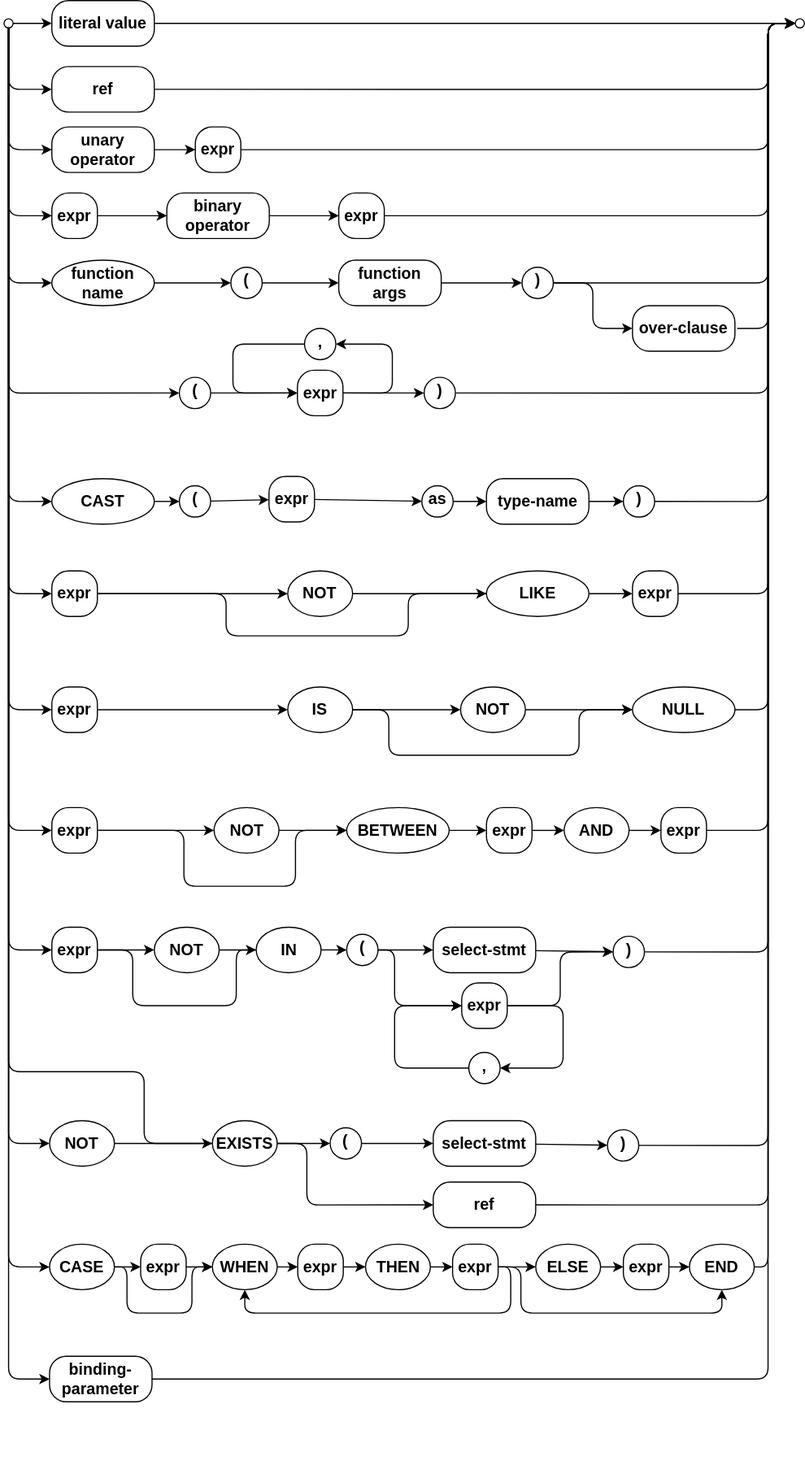
capire/docs keeps this draw.io diagram as assets/cxl/expr.drawio.svg. Above is the earlier version. Source tidied: cells renumbered, new cells last; positions are measured from the earlier drawing's top-left corner, leaving out a move shared by most shapes.
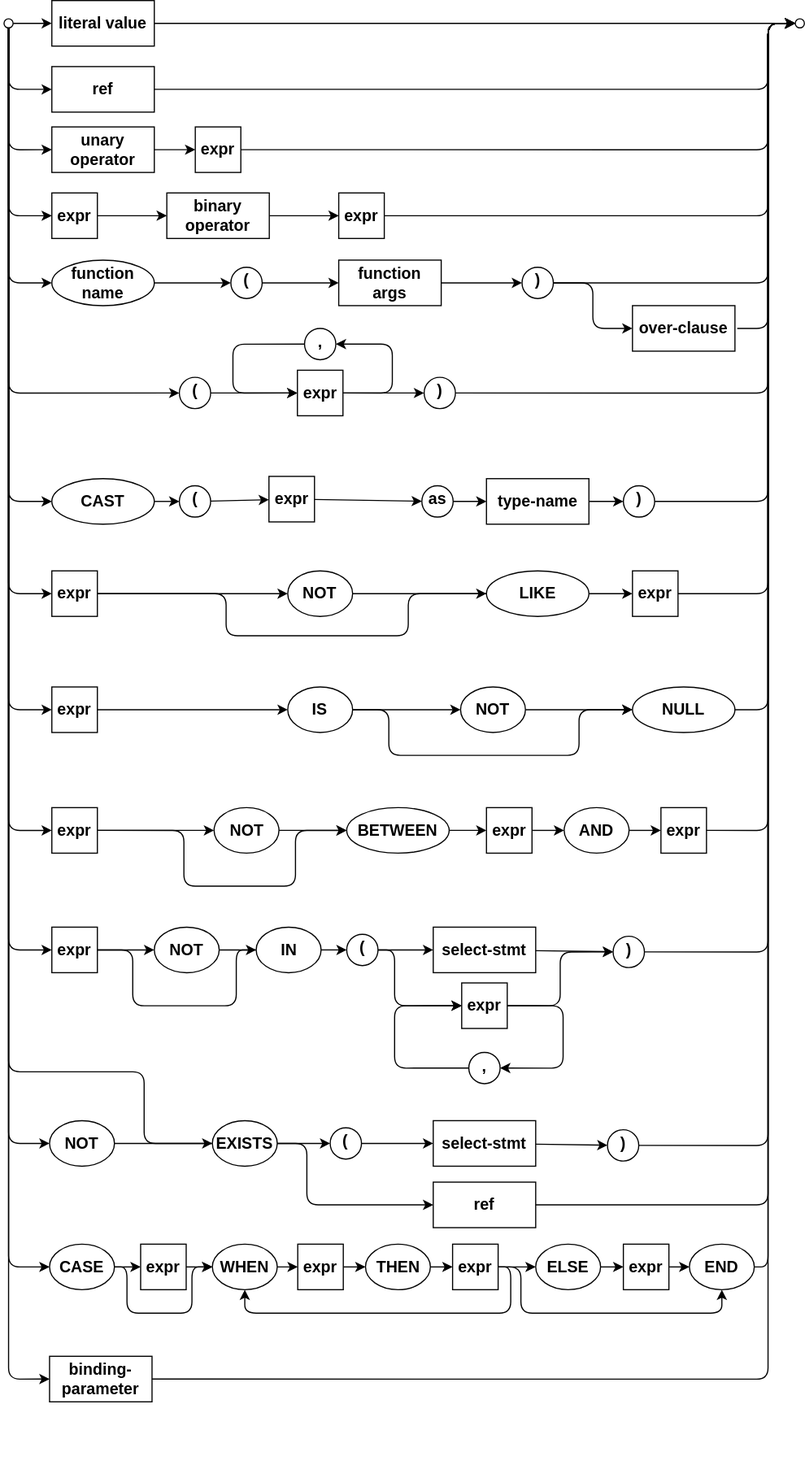
Later version of the same file.

What changed in the source:
```diff
@@ -29,6 +29,6 @@
     </mxCell>
-    <mxCell id="9" value="literal value" style="rounded=1;strokeWidth=1;arcSize=37;textDirection=ltr;verticalAlign=middle;spacing=2;fontSize=14;fontStyle=1;horizontal=1;whiteSpace=wrap;html=1;labelBorderColor=none;textShadow=0;" parent="1" vertex="1">
+    <mxCell id="9" value="literal value" style="rounded=0;strokeWidth=1;arcSize=37;textDirection=ltr;verticalAlign=middle;spacing=2;fontSize=14;fontStyle=1;horizontal=1;whiteSpace=wrap;html=1;labelBorderColor=none;textShadow=0;perimeterSpacing=0;fillStyle=auto;" parent="1" vertex="1">
       <mxGeometry x="42" width="90" height="40" as="geometry" />
     </mxCell>
-    <mxCell id="10" value="ref" style="rounded=1;strokeWidth=1;arcSize=37;textDirection=ltr;verticalAlign=middle;spacing=2;fontSize=14;fontStyle=1;horizontal=1;whiteSpace=wrap;html=1;labelBorderColor=none;textShadow=0;" parent="1" vertex="1">
+    <mxCell id="10" value="ref" style="rounded=0;strokeWidth=1;arcSize=37;textDirection=ltr;verticalAlign=middle;spacing=2;fontSize=14;fontStyle=1;horizontal=1;whiteSpace=wrap;html=1;labelBorderColor=none;textShadow=0;perimeterSpacing=0;fillStyle=auto;" parent="1" vertex="1">
       <mxGeometry x="42" y="58" width="90" height="40" as="geometry" />
@@ -46,3 +46,3 @@
     </mxCell>
-    <mxCell id="13" value="expr" style="rounded=1;strokeWidth=1;arcSize=37;textDirection=ltr;verticalAlign=middle;spacing=2;fontSize=14;fontStyle=1;horizontal=1;whiteSpace=wrap;html=1;labelBorderColor=none;textShadow=0;strokeColor=default;align=center;fontFamily=Helvetica;fontColor=default;fillColor=default;" parent="1" vertex="1">
+    <mxCell id="13" value="expr" style="rounded=0;strokeWidth=1;arcSize=37;textDirection=ltr;verticalAlign=middle;spacing=2;fontSize=14;fontStyle=1;horizontal=1;whiteSpace=wrap;html=1;labelBorderColor=none;textShadow=0;strokeColor=default;align=center;fontFamily=Helvetica;fontColor=default;fillColor=default;perimeterSpacing=0;fillStyle=auto;" parent="1" vertex="1">
       <mxGeometry x="168" y="111" width="40" height="40" as="geometry" />
@@ -63,6 +63,6 @@
     </mxCell>
-    <mxCell id="17" value="expr" style="rounded=1;strokeWidth=1;arcSize=37;textDirection=ltr;verticalAlign=middle;spacing=2;fontSize=14;fontStyle=1;horizontal=1;whiteSpace=wrap;html=1;labelBorderColor=none;textShadow=0;" parent="1" vertex="1">
+    <mxCell id="17" value="expr" style="rounded=0;strokeWidth=1;arcSize=37;textDirection=ltr;verticalAlign=middle;spacing=2;fontSize=14;fontStyle=1;horizontal=1;whiteSpace=wrap;html=1;labelBorderColor=none;textShadow=0;" parent="1" vertex="1">
       <mxGeometry x="42" y="169" width="40" height="40" as="geometry" />
     </mxCell>
-    <mxCell id="18" value="expr" style="rounded=1;strokeWidth=1;arcSize=37;textDirection=ltr;verticalAlign=middle;spacing=2;fontSize=14;fontStyle=1;horizontal=1;whiteSpace=wrap;html=1;labelBorderColor=none;textShadow=0;strokeColor=default;align=center;fontFamily=Helvetica;fontColor=default;fillColor=default;" parent="1" vertex="1">
+    <mxCell id="18" value="expr" style="rounded=0;strokeWidth=1;arcSize=37;textDirection=ltr;verticalAlign=middle;spacing=2;fontSize=14;fontStyle=1;horizontal=1;whiteSpace=wrap;html=1;labelBorderColor=none;textShadow=0;strokeColor=default;align=center;fontFamily=Helvetica;fontColor=default;fillColor=default;" parent="1" vertex="1">
       <mxGeometry x="294" y="169" width="40" height="40" as="geometry" />
@@ -92,3 +92,3 @@
     </mxCell>
-    <mxCell id="25" value="function args" style="rounded=1;strokeWidth=1;arcSize=37;textDirection=ltr;verticalAlign=middle;spacing=2;fontSize=14;fontStyle=1;horizontal=1;whiteSpace=wrap;html=1;labelBorderColor=none;textShadow=0;" parent="1" vertex="1">
+    <mxCell id="25" value="function args" style="rounded=0;strokeWidth=1;arcSize=37;textDirection=ltr;verticalAlign=middle;spacing=2;fontSize=14;fontStyle=1;horizontal=1;whiteSpace=wrap;html=1;labelBorderColor=none;textShadow=0;perimeterSpacing=0;fillStyle=auto;" parent="1" vertex="1">
       <mxGeometry x="294" y="228" width="90" height="40" as="geometry" />
@@ -103,3 +103,3 @@
     </mxCell>
-    <mxCell id="27" value="over-clause" style="rounded=1;strokeWidth=1;arcSize=37;textDirection=ltr;verticalAlign=middle;spacing=2;fontSize=14;fontStyle=1;horizontal=1;whiteSpace=wrap;html=1;labelBorderColor=none;textShadow=0;" parent="1" vertex="1">
+    <mxCell id="27" value="over-clause" style="rounded=0;strokeWidth=1;arcSize=37;textDirection=ltr;verticalAlign=middle;spacing=2;fontSize=14;fontStyle=1;horizontal=1;whiteSpace=wrap;html=1;labelBorderColor=none;textShadow=0;" parent="1" vertex="1">
       <mxGeometry x="552" y="268" width="90" height="40" as="geometry" />
@@ -115,3 +115,3 @@
     </mxCell>
-    <mxCell id="31" value="expr" style="rounded=1;strokeWidth=1;arcSize=37;textDirection=ltr;verticalAlign=middle;spacing=2;fontSize=14;fontStyle=1;horizontal=1;whiteSpace=wrap;html=1;labelBorderColor=none;textShadow=0;strokeColor=default;align=center;fontFamily=Helvetica;fontColor=default;fillColor=default;" parent="1" vertex="1">
+    <mxCell id="31" value="expr" style="rounded=0;strokeWidth=1;arcSize=37;textDirection=ltr;verticalAlign=middle;spacing=2;fontSize=14;fontStyle=1;horizontal=1;whiteSpace=wrap;html=1;labelBorderColor=none;textShadow=0;strokeColor=default;align=center;fontFamily=Helvetica;fontColor=default;fillColor=default;" parent="1" vertex="1">
       <mxGeometry x="257.7" y="324.8" width="40" height="40" as="geometry" />
@@ -188,3 +188,3 @@
     </mxCell>
-    <mxCell id="47" value="expr" style="rounded=1;strokeWidth=1;arcSize=37;textDirection=ltr;verticalAlign=middle;spacing=2;fontSize=14;fontStyle=1;horizontal=1;whiteSpace=wrap;html=1;labelBorderColor=none;textShadow=0;strokeColor=default;align=center;fontFamily=Helvetica;fontColor=default;fillColor=default;" parent="1" vertex="1">
+    <mxCell id="47" value="expr" style="rounded=0;strokeWidth=1;arcSize=37;textDirection=ltr;verticalAlign=middle;spacing=2;fontSize=14;fontStyle=1;horizontal=1;whiteSpace=wrap;html=1;labelBorderColor=none;textShadow=0;strokeColor=default;align=center;fontFamily=Helvetica;fontColor=default;fillColor=default;" parent="1" vertex="1">
       <mxGeometry x="232.7" y="418" width="40" height="40" as="geometry" />
@@ -200,3 +200,3 @@
     </mxCell>
-    <mxCell id="51" value="type-name" style="rounded=1;strokeWidth=1;arcSize=37;textDirection=ltr;verticalAlign=middle;spacing=2;fontSize=14;fontStyle=1;horizontal=1;whiteSpace=wrap;html=1;labelBorderColor=none;textShadow=0;" parent="1" vertex="1">
+    <mxCell id="51" value="type-name" style="rounded=0;strokeWidth=1;arcSize=37;textDirection=ltr;verticalAlign=middle;spacing=2;fontSize=14;fontStyle=1;horizontal=1;whiteSpace=wrap;html=1;labelBorderColor=none;textShadow=0;" parent="1" vertex="1">
       <mxGeometry x="423.8" y="420" width="90" height="40" as="geometry" />
@@ -220,3 +220,3 @@
     </mxCell>
-    <mxCell id="56" value="expr" style="rounded=1;strokeWidth=1;arcSize=37;textDirection=ltr;verticalAlign=middle;spacing=2;fontSize=14;fontStyle=1;horizontal=1;whiteSpace=wrap;html=1;labelBorderColor=none;textShadow=0;strokeColor=default;align=center;fontFamily=Helvetica;fontColor=default;fillColor=default;" parent="1" vertex="1">
+    <mxCell id="56" value="expr" style="rounded=0;strokeWidth=1;arcSize=37;textDirection=ltr;verticalAlign=middle;spacing=2;fontSize=14;fontStyle=1;horizontal=1;whiteSpace=wrap;html=1;labelBorderColor=none;textShadow=0;strokeColor=default;align=center;fontFamily=Helvetica;fontColor=default;fillColor=default;" parent="1" vertex="1">
       <mxGeometry x="42" y="501" width="40" height="40" as="geometry" />
@@ -248,3 +248,3 @@
     </mxCell>
-    <mxCell id="63" value="expr" style="rounded=1;strokeWidth=1;arcSize=37;textDirection=ltr;verticalAlign=middle;spacing=2;fontSize=14;fontStyle=1;horizontal=1;whiteSpace=wrap;html=1;labelBorderColor=none;textShadow=0;strokeColor=default;align=center;fontFamily=Helvetica;fontColor=default;fillColor=default;" parent="1" vertex="1">
+    <mxCell id="63" value="expr" style="rounded=0;strokeWidth=1;arcSize=37;textDirection=ltr;verticalAlign=middle;spacing=2;fontSize=14;fontStyle=1;horizontal=1;whiteSpace=wrap;html=1;labelBorderColor=none;textShadow=0;strokeColor=default;align=center;fontFamily=Helvetica;fontColor=default;fillColor=default;" parent="1" vertex="1">
       <mxGeometry x="552" y="501" width="40" height="40" as="geometry" />
@@ -262,3 +262,3 @@
     </mxCell>
-    <mxCell id="66" value="expr" style="rounded=1;strokeWidth=1;arcSize=37;textDirection=ltr;verticalAlign=middle;spacing=2;fontSize=14;fontStyle=1;horizontal=1;whiteSpace=wrap;html=1;labelBorderColor=none;textShadow=0;strokeColor=default;align=center;fontFamily=Helvetica;fontColor=default;fillColor=default;" parent="1" vertex="1">
+    <mxCell id="66" value="expr" style="rounded=0;strokeWidth=1;arcSize=37;textDirection=ltr;verticalAlign=middle;spacing=2;fontSize=14;fontStyle=1;horizontal=1;whiteSpace=wrap;html=1;labelBorderColor=none;textShadow=0;strokeColor=default;align=center;fontFamily=Helvetica;fontColor=default;fillColor=default;" parent="1" vertex="1">
       <mxGeometry x="42" y="603" width="40" height="40" as="geometry" />
@@ -282,3 +282,3 @@
     </mxCell>
-    <mxCell id="71" value="expr" style="rounded=1;strokeWidth=1;arcSize=37;textDirection=ltr;verticalAlign=middle;spacing=2;fontSize=14;fontStyle=1;horizontal=1;whiteSpace=wrap;html=1;labelBorderColor=none;textShadow=0;strokeColor=default;align=center;fontFamily=Helvetica;fontColor=default;fillColor=default;" parent="1" vertex="1">
+    <mxCell id="71" value="expr" style="rounded=0;strokeWidth=1;arcSize=37;textDirection=ltr;verticalAlign=middle;spacing=2;fontSize=14;fontStyle=1;horizontal=1;whiteSpace=wrap;html=1;labelBorderColor=none;textShadow=0;strokeColor=default;align=center;fontFamily=Helvetica;fontColor=default;fillColor=default;" parent="1" vertex="1">
       <mxGeometry x="42" y="709" width="40" height="40" as="geometry" />
@@ -335,3 +335,3 @@
     </mxCell>
-    <mxCell id="84" value="expr" style="rounded=1;strokeWidth=1;arcSize=37;textDirection=ltr;verticalAlign=middle;spacing=2;fontSize=14;fontStyle=1;horizontal=1;whiteSpace=wrap;html=1;labelBorderColor=none;textShadow=0;strokeColor=default;align=center;fontFamily=Helvetica;fontColor=default;fillColor=default;" parent="1" vertex="1">
+    <mxCell id="84" value="expr" style="rounded=0;strokeWidth=1;arcSize=37;textDirection=ltr;verticalAlign=middle;spacing=2;fontSize=14;fontStyle=1;horizontal=1;whiteSpace=wrap;html=1;labelBorderColor=none;textShadow=0;strokeColor=default;align=center;fontFamily=Helvetica;fontColor=default;fillColor=default;" parent="1" vertex="1">
       <mxGeometry x="423.8" y="709" width="40" height="40" as="geometry" />
@@ -344,3 +344,3 @@
     </mxCell>
-    <mxCell id="87" value="expr" style="rounded=1;strokeWidth=1;arcSize=37;textDirection=ltr;verticalAlign=middle;spacing=2;fontSize=14;fontStyle=1;horizontal=1;whiteSpace=wrap;html=1;labelBorderColor=none;textShadow=0;strokeColor=default;align=center;fontFamily=Helvetica;fontColor=default;fillColor=default;" parent="1" vertex="1">
+    <mxCell id="87" value="expr" style="rounded=0;strokeWidth=1;arcSize=37;textDirection=ltr;verticalAlign=middle;spacing=2;fontSize=14;fontStyle=1;horizontal=1;whiteSpace=wrap;html=1;labelBorderColor=none;textShadow=0;strokeColor=default;align=center;fontFamily=Helvetica;fontColor=default;fillColor=default;" parent="1" vertex="1">
       <mxGeometry x="577" y="709" width="40" height="40" as="geometry" />
@@ -358,3 +358,3 @@
     </mxCell>
-    <mxCell id="90" value="expr" style="rounded=1;strokeWidth=1;arcSize=37;textDirection=ltr;verticalAlign=middle;spacing=2;fontSize=14;fontStyle=1;horizontal=1;whiteSpace=wrap;html=1;labelBorderColor=none;textShadow=0;strokeColor=default;align=center;fontFamily=Helvetica;fontColor=default;fillColor=default;" parent="1" vertex="1">
+    <mxCell id="90" value="expr" style="rounded=0;strokeWidth=1;arcSize=37;textDirection=ltr;verticalAlign=middle;spacing=2;fontSize=14;fontStyle=1;horizontal=1;whiteSpace=wrap;html=1;labelBorderColor=none;textShadow=0;strokeColor=default;align=center;fontFamily=Helvetica;fontColor=default;fillColor=default;" parent="1" vertex="1">
       <mxGeometry x="42" y="814" width="40" height="40" as="geometry" />
@@ -383,3 +383,3 @@
     </mxCell>
-    <mxCell id="96" value="select-stmt" style="rounded=1;strokeWidth=1;arcSize=37;textDirection=ltr;verticalAlign=middle;spacing=2;fontSize=14;fontStyle=1;horizontal=1;whiteSpace=wrap;html=1;labelBorderColor=none;textShadow=0;" parent="1" vertex="1">
+    <mxCell id="96" value="select-stmt" style="rounded=0;strokeWidth=1;arcSize=37;textDirection=ltr;verticalAlign=middle;spacing=2;fontSize=14;fontStyle=1;horizontal=1;whiteSpace=wrap;html=1;labelBorderColor=none;textShadow=0;" parent="1" vertex="1">
       <mxGeometry x="377" y="814" width="90" height="40" as="geometry" />
@@ -395,3 +395,3 @@
     </mxCell>
-    <mxCell id="100" value="expr" style="rounded=1;strokeWidth=1;arcSize=37;textDirection=ltr;verticalAlign=middle;spacing=2;fontSize=14;fontStyle=1;horizontal=1;whiteSpace=wrap;html=1;labelBorderColor=none;textShadow=0;strokeColor=default;align=center;fontFamily=Helvetica;fontColor=default;fillColor=default;" parent="1" vertex="1">
+    <mxCell id="100" value="expr" style="rounded=0;strokeWidth=1;arcSize=37;textDirection=ltr;verticalAlign=middle;spacing=2;fontSize=14;fontStyle=1;horizontal=1;whiteSpace=wrap;html=1;labelBorderColor=none;textShadow=0;strokeColor=default;align=center;fontFamily=Helvetica;fontColor=default;fillColor=default;" parent="1" vertex="1">
       <mxGeometry x="402" y="863" width="40" height="40" as="geometry" />
@@ -466,3 +466,3 @@
     </mxCell>
-    <mxCell id="115" value="select-stmt" style="rounded=1;strokeWidth=1;arcSize=37;textDirection=ltr;verticalAlign=middle;spacing=2;fontSize=14;fontStyle=1;horizontal=1;whiteSpace=wrap;html=1;labelBorderColor=none;textShadow=0;" parent="1" vertex="1">
+    <mxCell id="115" value="select-stmt" style="rounded=0;strokeWidth=1;arcSize=37;textDirection=ltr;verticalAlign=middle;spacing=2;fontSize=14;fontStyle=1;horizontal=1;whiteSpace=wrap;html=1;labelBorderColor=none;textShadow=0;" parent="1" vertex="1">
       <mxGeometry x="377" y="984" width="90" height="40" as="geometry" />
@@ -507,3 +507,3 @@
     </mxCell>
-    <mxCell id="127" value="expr" style="rounded=1;strokeWidth=1;arcSize=37;textDirection=ltr;verticalAlign=middle;spacing=2;fontSize=14;fontStyle=1;horizontal=1;whiteSpace=wrap;html=1;labelBorderColor=none;textShadow=0;strokeColor=default;align=center;fontFamily=Helvetica;fontColor=default;fillColor=default;" parent="1" vertex="1">
+    <mxCell id="127" value="expr" style="rounded=0;strokeWidth=1;arcSize=37;textDirection=ltr;verticalAlign=middle;spacing=2;fontSize=14;fontStyle=1;horizontal=1;whiteSpace=wrap;html=1;labelBorderColor=none;textShadow=0;strokeColor=default;align=center;fontFamily=Helvetica;fontColor=default;fillColor=default;" parent="1" vertex="1">
       <mxGeometry x="120" y="1092.5" width="40" height="40" as="geometry" />
@@ -513,3 +513,3 @@
     </mxCell>
-    <mxCell id="129" value="expr" style="rounded=1;strokeWidth=1;arcSize=37;textDirection=ltr;verticalAlign=middle;spacing=2;fontSize=14;fontStyle=1;horizontal=1;whiteSpace=wrap;html=1;labelBorderColor=none;textShadow=0;strokeColor=default;align=center;fontFamily=Helvetica;fontColor=default;fillColor=default;" parent="1" vertex="1">
+    <mxCell id="129" value="expr" style="rounded=0;strokeWidth=1;arcSize=37;textDirection=ltr;verticalAlign=middle;spacing=2;fontSize=14;fontStyle=1;horizontal=1;whiteSpace=wrap;html=1;labelBorderColor=none;textShadow=0;strokeColor=default;align=center;fontFamily=Helvetica;fontColor=default;fillColor=default;" parent="1" vertex="1">
       <mxGeometry x="258" y="1092.5" width="40" height="40" as="geometry" />
@@ -532,3 +532,3 @@
     </mxCell>
-    <mxCell id="133" value="expr" style="rounded=1;strokeWidth=1;arcSize=37;textDirection=ltr;verticalAlign=middle;spacing=2;fontSize=14;fontStyle=1;horizontal=1;whiteSpace=wrap;html=1;labelBorderColor=none;textShadow=0;strokeColor=default;align=center;fontFamily=Helvetica;fontColor=default;fillColor=default;" parent="1" vertex="1">
+    <mxCell id="133" value="expr" style="rounded=0;strokeWidth=1;arcSize=37;textDirection=ltr;verticalAlign=middle;spacing=2;fontSize=14;fontStyle=1;horizontal=1;whiteSpace=wrap;html=1;labelBorderColor=none;textShadow=0;strokeColor=default;align=center;fontFamily=Helvetica;fontColor=default;fillColor=default;" parent="1" vertex="1">
       <mxGeometry x="394" y="1092.5" width="40" height="40" as="geometry" />
@@ -556,3 +556,3 @@
     </mxCell>
-    <mxCell id="139" value="expr" style="rounded=1;strokeWidth=1;arcSize=37;textDirection=ltr;verticalAlign=middle;spacing=2;fontSize=14;fontStyle=1;horizontal=1;whiteSpace=wrap;html=1;labelBorderColor=none;textShadow=0;strokeColor=default;align=center;fontFamily=Helvetica;fontColor=default;fillColor=default;" parent="1" vertex="1">
+    <mxCell id="139" value="expr" style="rounded=0;strokeWidth=1;arcSize=37;textDirection=ltr;verticalAlign=middle;spacing=2;fontSize=14;fontStyle=1;horizontal=1;whiteSpace=wrap;html=1;labelBorderColor=none;textShadow=0;strokeColor=default;align=center;fontFamily=Helvetica;fontColor=default;fillColor=default;" parent="1" vertex="1">
       <mxGeometry x="544" y="1092.5" width="40" height="40" as="geometry" />
@@ -582,3 +582,3 @@
     </mxCell>
-    <mxCell id="144" value="unary operator" style="rounded=1;strokeWidth=1;arcSize=37;textDirection=ltr;verticalAlign=middle;spacing=2;fontSize=14;fontStyle=1;horizontal=1;whiteSpace=wrap;html=1;labelBorderColor=none;textShadow=0;" parent="1" vertex="1">
+    <mxCell id="144" value="unary operator" style="rounded=0;strokeWidth=1;arcSize=37;textDirection=ltr;verticalAlign=middle;spacing=2;fontSize=14;fontStyle=1;horizontal=1;whiteSpace=wrap;html=1;labelBorderColor=none;textShadow=0;perimeterSpacing=0;fillStyle=auto;" parent="1" vertex="1">
       <mxGeometry x="42" y="111" width="90" height="40" as="geometry" />
@@ -588,6 +588,6 @@
     </mxCell>
-    <mxCell id="146" value="binary operator" style="rounded=1;strokeWidth=1;arcSize=37;textDirection=ltr;verticalAlign=middle;spacing=2;fontSize=14;fontStyle=1;horizontal=1;whiteSpace=wrap;html=1;labelBorderColor=none;textShadow=0;" parent="1" vertex="1">
+    <mxCell id="146" value="binary operator" style="rounded=0;strokeWidth=1;arcSize=37;textDirection=ltr;verticalAlign=middle;spacing=2;fontSize=14;fontStyle=1;horizontal=1;whiteSpace=wrap;html=1;labelBorderColor=none;textShadow=0;perimeterSpacing=0;fillStyle=auto;" parent="1" vertex="1">
       <mxGeometry x="143" y="169" width="90" height="40" as="geometry" />
     </mxCell>
-    <mxCell id="147" value="binding-parameter" style="rounded=1;strokeWidth=1;arcSize=37;textDirection=ltr;verticalAlign=middle;spacing=2;fontSize=14;fontStyle=1;horizontal=1;whiteSpace=wrap;html=1;labelBorderColor=none;textShadow=0;" parent="1" vertex="1">
+    <mxCell id="147" value="binding-parameter" style="rounded=0;strokeWidth=1;arcSize=37;textDirection=ltr;verticalAlign=middle;spacing=2;fontSize=14;fontStyle=1;horizontal=1;whiteSpace=wrap;html=1;labelBorderColor=none;textShadow=0;" parent="1" vertex="1">
       <mxGeometry x="40" y="1191" width="90" height="40" as="geometry" />
@@ -605,3 +605,3 @@
     </mxCell>
-    <mxCell id="150" value="ref" style="rounded=1;strokeWidth=1;arcSize=37;textDirection=ltr;verticalAlign=middle;spacing=2;fontSize=14;fontStyle=1;horizontal=1;whiteSpace=wrap;html=1;labelBorderColor=none;textShadow=0;" parent="1" vertex="1">
+    <mxCell id="150" value="ref" style="rounded=0;strokeWidth=1;arcSize=37;textDirection=ltr;verticalAlign=middle;spacing=2;fontSize=14;fontStyle=1;horizontal=1;whiteSpace=wrap;html=1;labelBorderColor=none;textShadow=0;" parent="1" vertex="1">
       <mxGeometry x="377" y="1038" width="90" height="40" as="geometry" />
```
